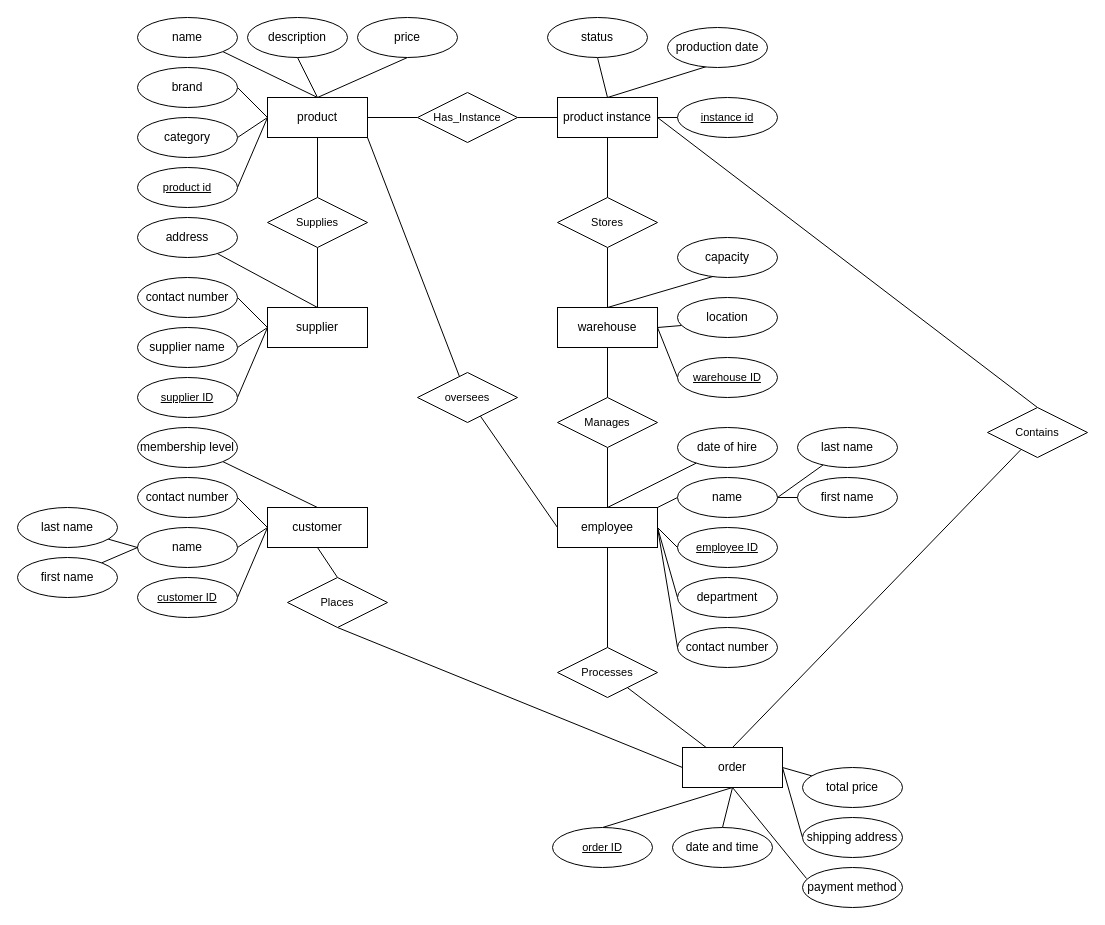
This is ERD/a1q1.drawio from Yixuan519Lu/COMP9311, a draw.io file, before an edit. Source tidied: cells renumbered, new cells numbered last; positions are measured from the earlier drawing's top-left corner, leaving out a move shared by most shapes. Both pictures are drawn from the tidied source at 100%, with x=0, y=0 at pixel (17, 17).
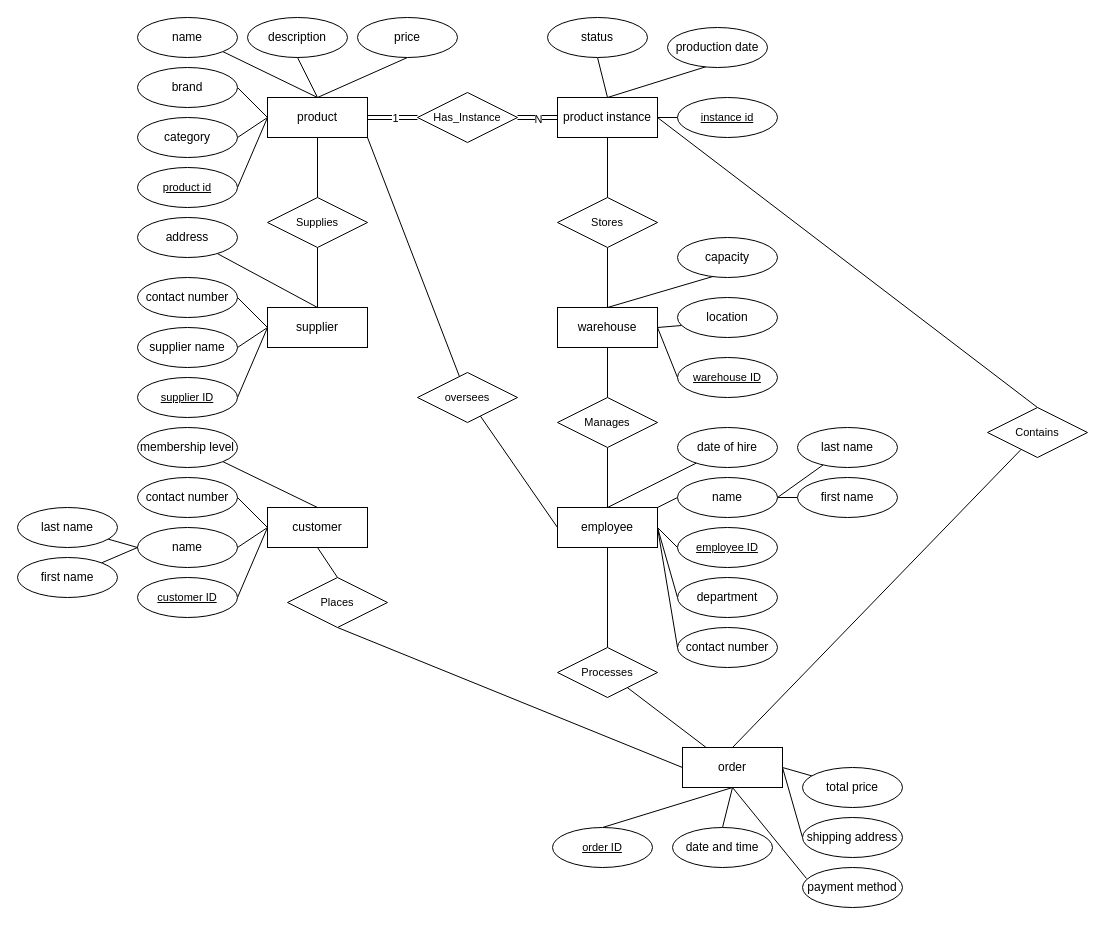
Above is the later version.

Unchanged cells that the change refers to:
```xml
<mxCell id="2" value="product" style="whiteSpace=wrap;html=1;align=center;" parent="1" vertex="1">
  <mxGeometry x="250" y="80" width="100" height="40" as="geometry" />
</mxCell>
<mxCell id="15" value="product instance" style="whiteSpace=wrap;html=1;align=center;" parent="1" vertex="1">
  <mxGeometry x="540" y="80" width="100" height="40" as="geometry" />
</mxCell>
<mxCell id="78" value="Has_Instance" style="shape=rhombus;perimeter=rhombusPerimeter;whiteSpace=wrap;html=1;align=center;fontFamily=Helvetica;fontSize=11;fontColor=default;labelBackgroundColor=default;" parent="1" vertex="1">
  <mxGeometry x="400" y="75" width="100" height="50" as="geometry" />
</mxCell>
```

What changed in the source:
```diff
@@
-    <mxCell id="76" style="edgeStyle=none;rounded=0;jumpStyle=none;jettySize=auto;html=1;entryX=1;entryY=0.5;entryDx=0;entryDy=0;strokeColor=default;align=center;verticalAlign=middle;fontFamily=Helvetica;fontSize=11;fontColor=default;labelBackgroundColor=default;endArrow=none;endFill=0;" parent="1" edge="1" source="78" target="2">
+    <mxCell id="76" style="edgeStyle=none;rounded=0;jumpStyle=none;jettySize=auto;html=1;entryX=1;entryY=0.5;entryDx=0;entryDy=0;strokeColor=default;align=center;verticalAlign=middle;fontFamily=Helvetica;fontSize=11;fontColor=default;labelBackgroundColor=default;endArrow=none;endFill=0;shape=link;" parent="1" edge="1" source="78" target="2">
       <mxGeometry relative="1" as="geometry" />
     </mxCell>
+    <mxCell id="101" value="1" style="edgeLabel;html=1;align=center;verticalAlign=middle;fontFamily=Helvetica;fontSize=11;fontColor=default;labelBackgroundColor=default;" parent="76" vertex="1">
+      <mxGeometry x="-0.1" relative="1" as="geometry" />
+    </mxCell>
-    <mxCell id="77" style="edgeStyle=none;rounded=0;jumpStyle=none;jettySize=auto;html=1;entryX=0;entryY=0.5;entryDx=0;entryDy=0;strokeColor=default;align=center;verticalAlign=middle;fontFamily=Helvetica;fontSize=11;fontColor=default;labelBackgroundColor=default;endArrow=none;endFill=0;" parent="1" edge="1" source="78" target="15">
+    <mxCell id="77" style="edgeStyle=none;rounded=0;jumpStyle=none;jettySize=auto;html=1;entryX=0;entryY=0.5;entryDx=0;entryDy=0;strokeColor=default;align=center;verticalAlign=middle;fontFamily=Helvetica;fontSize=11;fontColor=default;labelBackgroundColor=default;endArrow=none;endFill=0;shape=link;" parent="1" edge="1" source="78" target="15">
       <mxGeometry relative="1" as="geometry" />
     </mxCell>
+    <mxCell id="102" value="N" style="edgeLabel;html=1;align=center;verticalAlign=middle;fontFamily=Helvetica;fontSize=11;fontColor=default;labelBackgroundColor=default;" parent="77" vertex="1">
+      <mxGeometry y="-1" relative="1" as="geometry" />
+    </mxCell>
```
